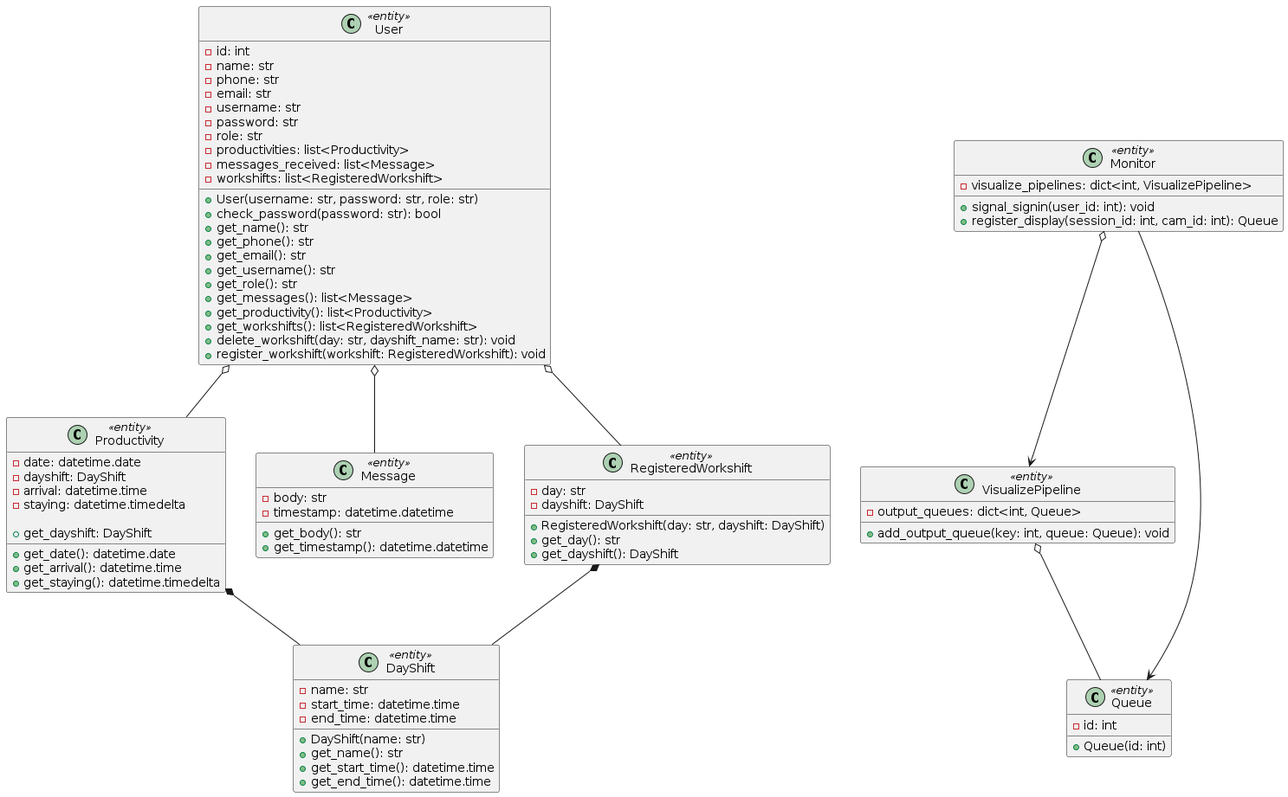
Before: docs/UML/Class Details/model.png, a diagram exported from PlantUML (LapTQ/MCT).
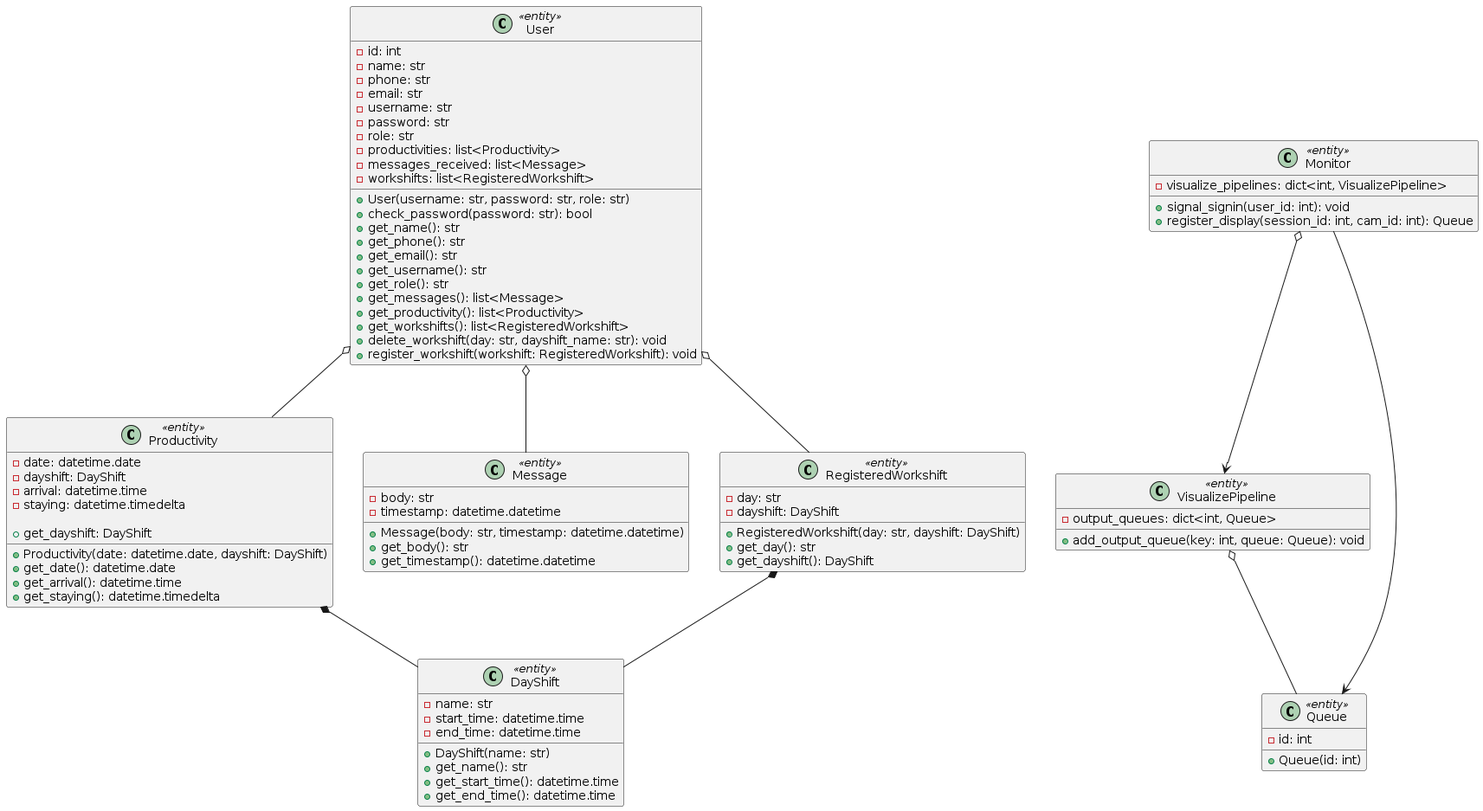
After the commit.

Diff of the diagram source:
```diff
@@ -32,6 +32,7 @@
     - arrival: datetime.time
     - staying: datetime.timedelta
 
+    + Productivity(date: datetime.date, dayshift: DayShift)
     + get_date(): datetime.date
     + get_dayshift: DayShift
     + get_arrival(): datetime.time
@@ -60,6 +61,7 @@
     - body: str
     - timestamp: datetime.datetime
 
+    + Message(body: str, timestamp: datetime.datetime)
     + get_body(): str
     + get_timestamp(): datetime.datetime
 }
```
